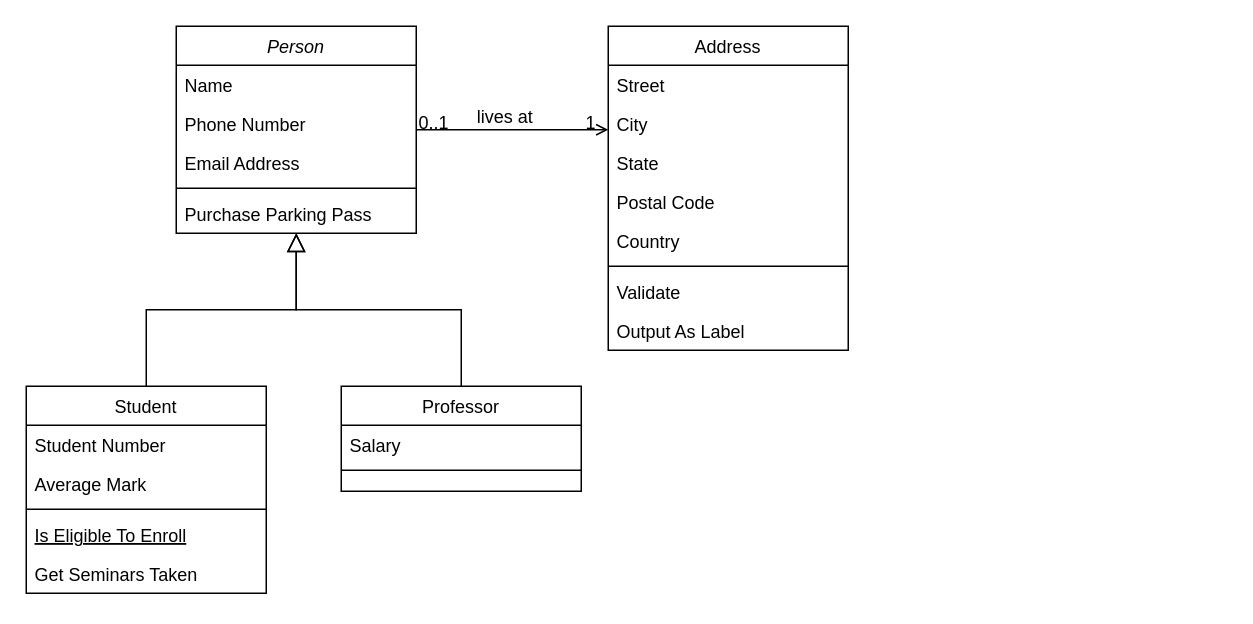
biatix/bacma_mobile keeps this draw.io diagram as documentacao/Diagrama sem nome.drawio. Above is the earlier version. Source tidied: cells renumbered, new cells numbered last; positions are measured from the earlier drawing's top-left corner, leaving out a move shared by most shapes. Both pictures are drawn from the tidied source at 150%, with x=0, y=0 at pixel (26, 26).
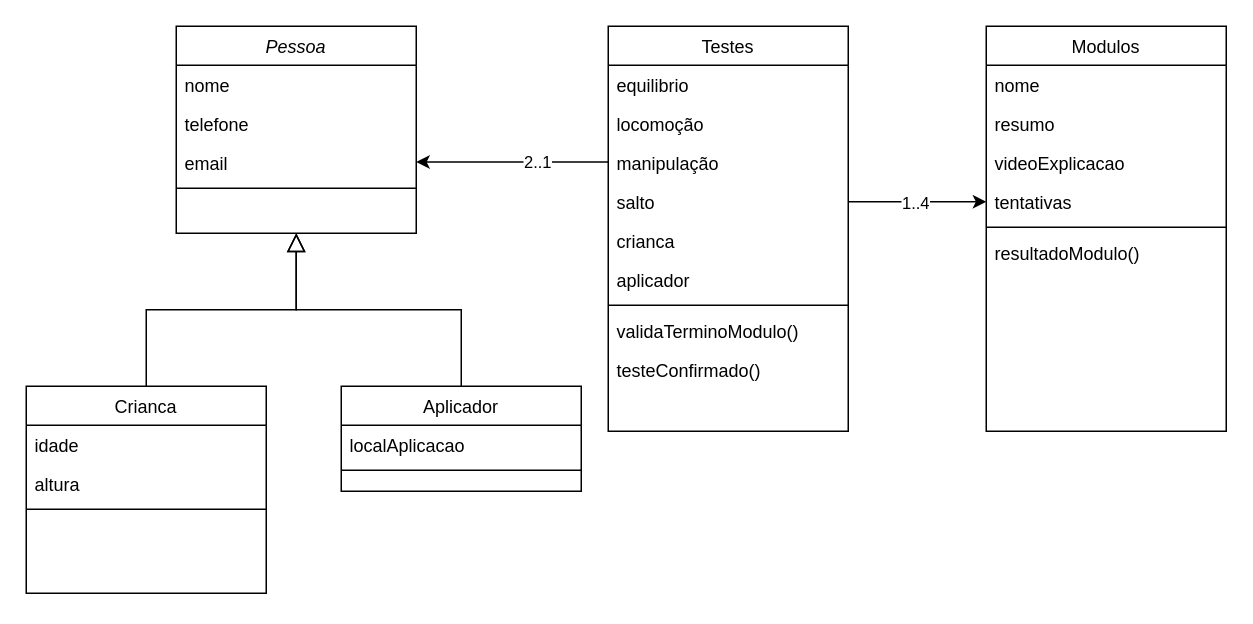
Above is the later version.

Commit message:
criação do diagrama de classes

Change to the diagram source:
```diff
@@
-    <mxCell id="2" value="Person" style="swimlane;fontStyle=2;align=center;verticalAlign=top;horizontal=1;startSize=26;rounded=0;shadow=0;strokeWidth=1;" parent="1" vertex="1">
+    <mxCell id="2" value="Pessoa" style="swimlane;fontStyle=2;align=center;verticalAlign=top;horizontal=1;startSize=26;rounded=0;shadow=0;strokeWidth=1;" parent="1" vertex="1">
       <mxGeometry x="100" width="160" height="138" as="geometry" />
     </mxCell>
-    <mxCell id="3" value="Name" style="text;align=left;verticalAlign=top;spacingLeft=4;spacingRight=4;overflow=hidden;" parent="2" vertex="1">
+    <mxCell id="3" value="nome" style="text;align=left;verticalAlign=top;spacingLeft=4;spacingRight=4;overflow=hidden;" parent="2" vertex="1">
       <mxGeometry y="26" width="160" height="26" as="geometry" />
     </mxCell>
-    <mxCell id="4" value="Phone Number" style="text;align=left;verticalAlign=top;spacingLeft=4;spacingRight=4;overflow=hidden;rounded=0;shadow=0;html=0;" parent="2" vertex="1">
+    <mxCell id="4" value="telefone" style="text;align=left;verticalAlign=top;spacingLeft=4;spacingRight=4;overflow=hidden;rounded=0;shadow=0;html=0;" parent="2" vertex="1">
       <mxGeometry y="52" width="160" height="26" as="geometry" />
     </mxCell>
-    <mxCell id="5" value="Email Address" style="text;align=left;verticalAlign=top;spacingLeft=4;spacingRight=4;overflow=hidden;rounded=0;shadow=0;html=0;" parent="2" vertex="1">
+    <mxCell id="5" value="email" style="text;align=left;verticalAlign=top;spacingLeft=4;spacingRight=4;overflow=hidden;rounded=0;shadow=0;html=0;" parent="2" vertex="1">
       <mxGeometry y="78" width="160" height="26" as="geometry" />
     </mxCell>
@@
-    <mxCell id="7" value="Purchase Parking Pass" style="text;align=left;verticalAlign=top;spacingLeft=4;spacingRight=4;overflow=hidden;" parent="2" vertex="1">
-      <mxGeometry y="112" width="160" height="26" as="geometry" />
-    </mxCell>
-    <mxCell id="8" value="Student" style="swimlane;fontStyle=0;align=center;verticalAlign=top;horizontal=1;startSize=26;rounded=0;shadow=0;strokeWidth=1;" parent="1" vertex="1">
+    <mxCell id="8" value="Crianca" style="swimlane;fontStyle=0;align=center;verticalAlign=top;horizontal=1;startSize=26;rounded=0;shadow=0;strokeWidth=1;" parent="1" vertex="1">
       <mxGeometry y="240" width="160" height="138" as="geometry" />
     </mxCell>
-    <mxCell id="9" value="Student Number" style="text;align=left;verticalAlign=top;spacingLeft=4;spacingRight=4;overflow=hidden;" parent="8" vertex="1">
+    <mxCell id="9" value="idade" style="text;align=left;verticalAlign=top;spacingLeft=4;spacingRight=4;overflow=hidden;" parent="8" vertex="1">
       <mxGeometry y="26" width="160" height="26" as="geometry" />
     </mxCell>
-    <mxCell id="10" value="Average Mark" style="text;align=left;verticalAlign=top;spacingLeft=4;spacingRight=4;overflow=hidden;rounded=0;shadow=0;html=0;" parent="8" vertex="1">
+    <mxCell id="10" value="altura" style="text;align=left;verticalAlign=top;spacingLeft=4;spacingRight=4;overflow=hidden;rounded=0;shadow=0;html=0;" parent="8" vertex="1">
       <mxGeometry y="52" width="160" height="26" as="geometry" />
     </mxCell>
@@
-    <mxCell id="12" value="Is Eligible To Enroll" style="text;align=left;verticalAlign=top;spacingLeft=4;spacingRight=4;overflow=hidden;fontStyle=4;" parent="8" vertex="1">
-      <mxGeometry y="86" width="160" height="26" as="geometry" />
-    </mxCell>
-    <mxCell id="13" value="Get Seminars Taken" style="text;align=left;verticalAlign=top;spacingLeft=4;spacingRight=4;overflow=hidden;" parent="8" vertex="1">
-      <mxGeometry y="112" width="160" height="26" as="geometry" />
-    </mxCell>
@@
-    <mxCell id="15" value="Professor" style="swimlane;fontStyle=0;align=center;verticalAlign=top;horizontal=1;startSize=26;rounded=0;shadow=0;strokeWidth=1;" parent="1" vertex="1">
+    <mxCell id="15" value="Aplicador" style="swimlane;fontStyle=0;align=center;verticalAlign=top;horizontal=1;startSize=26;rounded=0;shadow=0;strokeWidth=1;" parent="1" vertex="1">
       <mxGeometry x="210" y="240" width="160" height="70" as="geometry" />
     </mxCell>
-    <mxCell id="16" value="Salary" style="text;align=left;verticalAlign=top;spacingLeft=4;spacingRight=4;overflow=hidden;" parent="15" vertex="1">
+    <mxCell id="16" value="localAplicacao" style="text;align=left;verticalAlign=top;spacingLeft=4;spacingRight=4;overflow=hidden;" parent="15" vertex="1">
       <mxGeometry y="26" width="160" height="26" as="geometry" />
     </mxCell>
@@
-    <mxCell id="19" value="Address" style="swimlane;fontStyle=0;align=center;verticalAlign=top;horizontal=1;startSize=26;rounded=0;shadow=0;strokeWidth=1;" parent="1" vertex="1">
-      <mxGeometry x="388" width="160" height="216" as="geometry" />
+    <mxCell id="19" value="Testes" style="swimlane;fontStyle=0;align=center;verticalAlign=top;horizontal=1;startSize=26;rounded=0;shadow=0;strokeWidth=1;" parent="1" vertex="1">
+      <mxGeometry x="388" width="160" height="270" as="geometry" />
     </mxCell>
-    <mxCell id="20" value="Street" style="text;align=left;verticalAlign=top;spacingLeft=4;spacingRight=4;overflow=hidden;" parent="19" vertex="1">
+    <mxCell id="20" value="equilibrio" style="text;align=left;verticalAlign=top;spacingLeft=4;spacingRight=4;overflow=hidden;" parent="19" vertex="1">
       <mxGeometry y="26" width="160" height="26" as="geometry" />
     </mxCell>
-    <mxCell id="21" value="City" style="text;align=left;verticalAlign=top;spacingLeft=4;spacingRight=4;overflow=hidden;rounded=0;shadow=0;html=0;" parent="19" vertex="1">
+    <mxCell id="21" value="locomoção" style="text;align=left;verticalAlign=top;spacingLeft=4;spacingRight=4;overflow=hidden;rounded=0;shadow=0;html=0;" parent="19" vertex="1">
       <mxGeometry y="52" width="160" height="26" as="geometry" />
     </mxCell>
-    <mxCell id="22" value="State" style="text;align=left;verticalAlign=top;spacingLeft=4;spacingRight=4;overflow=hidden;rounded=0;shadow=0;html=0;" parent="19" vertex="1">
+    <mxCell id="22" value="manipulação" style="text;align=left;verticalAlign=top;spacingLeft=4;spacingRight=4;overflow=hidden;rounded=0;shadow=0;html=0;" parent="19" vertex="1">
       <mxGeometry y="78" width="160" height="26" as="geometry" />
     </mxCell>
-    <mxCell id="23" value="Postal Code" style="text;align=left;verticalAlign=top;spacingLeft=4;spacingRight=4;overflow=hidden;points=[[0,0.5],[1,0.5]];portConstraint=eastwest;rounded=0;shadow=0;html=0;" parent="19" vertex="1">
+    <mxCell id="23" value="salto" style="text;align=left;verticalAlign=top;spacingLeft=4;spacingRight=4;overflow=hidden;points=[[0,0.5],[1,0.5]];portConstraint=eastwest;rounded=0;shadow=0;html=0;" parent="19" vertex="1">
       <mxGeometry y="104" width="160" height="26" as="geometry" />
     </mxCell>
-    <mxCell id="24" value="Country" style="text;align=left;verticalAlign=top;spacingLeft=4;spacingRight=4;overflow=hidden;rounded=0;shadow=0;html=0;" parent="19" vertex="1">
-      <mxGeometry y="130" width="160" height="26" as="geometry" />
-    </mxCell>
+    <mxCell id="32" value="crianca" style="text;align=left;verticalAlign=top;spacingLeft=4;spacingRight=4;overflow=hidden;rounded=0;shadow=0;html=0;" parent="19" vertex="1">
+      <mxGeometry y="130" width="160" height="26" as="geometry" />
+    </mxCell>
+    <mxCell id="33" value="aplicador" style="text;align=left;verticalAlign=top;spacingLeft=4;spacingRight=4;overflow=hidden;rounded=0;shadow=0;html=0;" parent="19" vertex="1">
+      <mxGeometry y="156" width="160" height="26" as="geometry" />
+    </mxCell>
     <mxCell id="25" style="line;html=1;strokeWidth=1;align=left;verticalAlign=middle;spacingTop=-1;spacingLeft=3;spacingRight=3;labelPosition=right;" parent="19" vertex="1">
-      <mxGeometry y="156" width="160" height="8" as="geometry" />
+      <mxGeometry y="182" width="160" height="8" as="geometry" />
     </mxCell>
-    <mxCell id="26" value="Validate" style="text;align=left;verticalAlign=top;spacingLeft=4;spacingRight=4;overflow=hidden;" parent="19" vertex="1">
-      <mxGeometry y="164" width="160" height="26" as="geometry" />
-    </mxCell>
-    <mxCell id="27" value="Output As Label" style="text;align=left;verticalAlign=top;spacingLeft=4;spacingRight=4;overflow=hidden;" parent="19" vertex="1">
-      <mxGeometry y="190" width="160" height="26" as="geometry" />
-    </mxCell>
-    <mxCell id="28" style="endArrow=open;shadow=0;strokeWidth=1;rounded=0;curved=0;endFill=1;edgeStyle=elbowEdgeStyle;elbow=vertical;" parent="1" edge="1" source="2" target="19">
-      <mxGeometry x="0.5" y="41" relative="1" as="geometry">
-        <mxPoint x="-40" y="32" as="offset" />
-      </mxGeometry>
-    </mxCell>
-    <mxCell id="29" value="0..1" style="align=left;verticalAlign=bottom;labelBackgroundColor=none;fontSize=12;" parent="28" vertex="1">
-      <mxGeometry x="-1" relative="1" as="geometry">
-        <mxPoint y="4" as="offset" />
-      </mxGeometry>
-    </mxCell>
-    <mxCell id="30" value="1" style="align=right;verticalAlign=bottom;labelBackgroundColor=none;fontSize=12;" parent="28" vertex="1">
-      <mxGeometry x="1" relative="1" as="geometry">
-        <mxPoint x="-7" y="4" as="offset" />
-      </mxGeometry>
-    </mxCell>
-    <mxCell id="31" value="lives at" style="text;html=1;align=center;verticalAlign=middle;labelBackgroundColor=none;rounded=0;shadow=0;strokeWidth=1;fontSize=12;" parent="28" vertex="1">
-      <mxGeometry x="0.5" y="49" relative="1" as="geometry">
-        <mxPoint x="-38" y="40" as="offset" />
-      </mxGeometry>
-    </mxCell>
+    <mxCell id="34" value="validaTerminoModulo()" style="text;align=left;verticalAlign=top;spacingLeft=4;spacingRight=4;overflow=hidden;rounded=0;shadow=0;html=0;" parent="19" vertex="1">
+      <mxGeometry y="190" width="160" height="26" as="geometry" />
+    </mxCell>
+    <mxCell id="35" value="testeConfirmado()" style="text;align=left;verticalAlign=top;spacingLeft=4;spacingRight=4;overflow=hidden;rounded=0;shadow=0;html=0;" parent="19" vertex="1">
+      <mxGeometry y="216" width="160" height="26" as="geometry" />
+    </mxCell>
+    <mxCell id="36" value="Modulos" style="swimlane;fontStyle=0;align=center;verticalAlign=top;horizontal=1;startSize=26;rounded=0;shadow=0;strokeWidth=1;" parent="1" vertex="1">
+      <mxGeometry x="640" width="160" height="270" as="geometry" />
+    </mxCell>
+    <mxCell id="37" value="nome" style="text;align=left;verticalAlign=top;spacingLeft=4;spacingRight=4;overflow=hidden;" parent="36" vertex="1">
+      <mxGeometry y="26" width="160" height="26" as="geometry" />
+    </mxCell>
+    <mxCell id="38" value="resumo" style="text;align=left;verticalAlign=top;spacingLeft=4;spacingRight=4;overflow=hidden;rounded=0;shadow=0;html=0;" parent="36" vertex="1">
+      <mxGeometry y="52" width="160" height="26" as="geometry" />
+    </mxCell>
+    <mxCell id="39" value="videoExplicacao" style="text;align=left;verticalAlign=top;spacingLeft=4;spacingRight=4;overflow=hidden;rounded=0;shadow=0;html=0;" parent="36" vertex="1">
+      <mxGeometry y="78" width="160" height="26" as="geometry" />
+    </mxCell>
+    <mxCell id="40" value="tentativas" style="text;align=left;verticalAlign=top;spacingLeft=4;spacingRight=4;overflow=hidden;points=[[0,0.5],[1,0.5]];portConstraint=eastwest;rounded=0;shadow=0;html=0;" parent="36" vertex="1">
+      <mxGeometry y="104" width="160" height="26" as="geometry" />
+    </mxCell>
+    <mxCell id="41" style="line;html=1;strokeWidth=1;align=left;verticalAlign=middle;spacingTop=-1;spacingLeft=3;spacingRight=3;labelPosition=right;" parent="36" vertex="1">
+      <mxGeometry y="130" width="160" height="8" as="geometry" />
+    </mxCell>
+    <mxCell id="42" value="resultadoModulo()" style="text;align=left;verticalAlign=top;spacingLeft=4;spacingRight=4;overflow=hidden;rounded=0;shadow=0;html=0;" parent="36" vertex="1">
+      <mxGeometry y="138" width="160" height="26" as="geometry" />
+    </mxCell>
+    <mxCell id="43" style="edgeStyle=orthogonalEdgeStyle;rounded=0;jettySize=auto;html=1;entryX=0;entryY=0.5;entryDx=0;entryDy=0;" parent="1" edge="1" source="23" target="40">
+      <mxGeometry relative="1" as="geometry" />
+    </mxCell>
+    <mxCell id="44" value="1..4" style="edgeLabel;html=1;align=center;verticalAlign=middle;" parent="43" vertex="1">
+      <mxGeometry x="-0.04" relative="1" as="geometry" />
+    </mxCell>
+    <mxCell id="45" style="edgeStyle=orthogonalEdgeStyle;rounded=0;orthogonalLoop=1;jettySize=auto;html=1;entryX=1;entryY=0.5;entryDx=0;entryDy=0;" parent="1" edge="1">
+      <mxGeometry relative="1" as="geometry">
+        <mxPoint x="388" y="90.5" as="sourcePoint" />
+        <mxPoint x="260" y="90.5" as="targetPoint" />
+      </mxGeometry>
+    </mxCell>
+    <mxCell id="46" value="2..1" style="edgeLabel;html=1;align=center;verticalAlign=middle;" parent="45" vertex="1">
+      <mxGeometry x="-0.25" relative="1" as="geometry" />
+    </mxCell>
```
